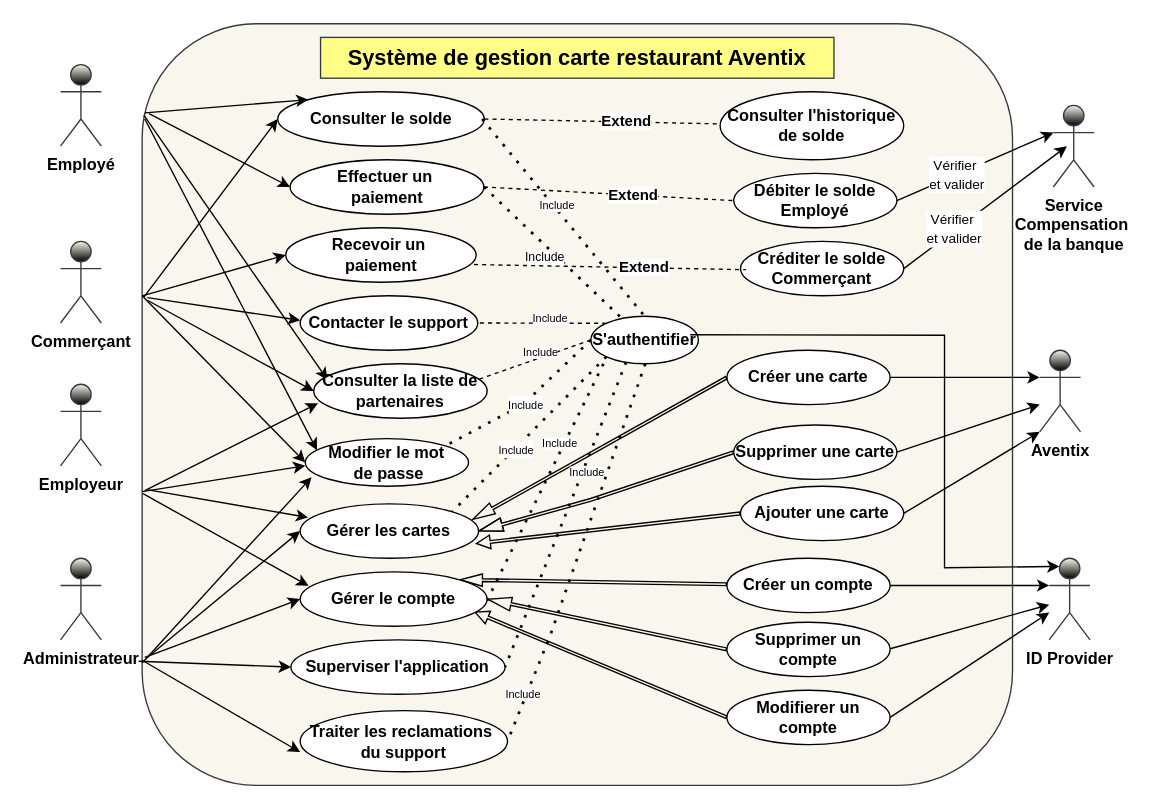
msisitr/aventix-design keeps this draw.io diagram as Diagramme_de_cas_d_utilisation.drawio. Above is the earlier version. Source tidied: cells renumbered, new cells numbered last; positions are measured from the earlier drawing's top-left corner, leaving out a move shared by most shapes. Both pictures are drawn from the tidied source at 136%, with x=0, y=0 at pixel (60, 23).
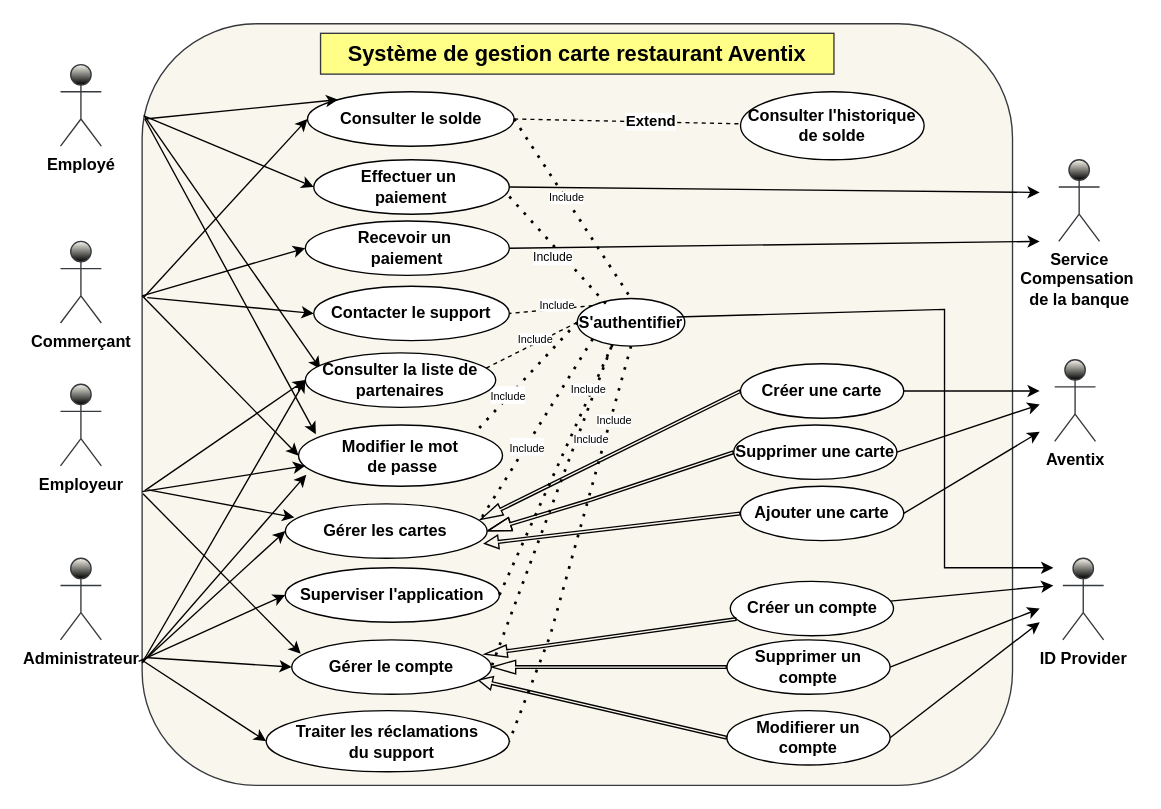
After the change.

Commit message (it also covers changes not shown here):
Mettre à jour Diagramme_de_cas_d_utilisation.drawio

The change refers to these unchanged cells:
```xml
<mxCell id="2" style="rounded=1;whiteSpace=wrap;html=1;fillColor=#f9f7ed;strokeColor=#36393d;fontStyle=1;" parent="1" vertex="1">
  <mxGeometry x="60" width="640" height="560" as="geometry" />
</mxCell>
<mxCell id="85" style="endArrow=none;dashed=1;html=1;dashPattern=1 3;strokeWidth=2;rounded=0;entryX=1;entryY=0.5;entryDx=0;entryDy=0;fontStyle=1;exitX=0.327;exitY=0.966;exitDx=0;exitDy=0;exitPerimeter=0;" parent="1" edge="1" source="6" target="46">
  <mxGeometry relative="1" as="geometry" />
</mxCell>
```

What changed in the source:
```diff
@@
     <mxCell id="5" value="&lt;div&gt;&lt;span&gt;Effectuer un&amp;nbsp;&lt;/span&gt;&lt;/div&gt;&lt;div&gt;&lt;span&gt;paiement &lt;/span&gt;&lt;/div&gt;" style="ellipse;whiteSpace=wrap;html=1;fontStyle=1;" parent="1" vertex="1">
-      <mxGeometry x="168.8" y="100" width="142.5" height="40" as="geometry" />
+      <mxGeometry x="186.2" y="100" width="143.8" height="40" as="geometry" />
     </mxCell>
     <mxCell id="6" value="S'authentifier" style="ellipse;whiteSpace=wrap;html=1;fontStyle=1;" parent="1" vertex="1">
-      <mxGeometry x="390" y="215" width="79" height="35" as="geometry" />
+      <mxGeometry x="380" y="202" width="79" height="35" as="geometry" />
     </mxCell>
@@
     <mxCell id="9" value="&lt;span&gt;Consulter le solde&lt;/span&gt;" style="ellipse;whiteSpace=wrap;html=1;fontStyle=1;" parent="1" vertex="1">
-      <mxGeometry x="159.7" y="50" width="151.9" height="40" as="geometry" />
+      <mxGeometry x="181.6" y="50" width="151.9" height="40" as="geometry" />
     </mxCell>
-    <mxCell id="10" style="endArrow=none;dashed=1;html=1;dashPattern=1 3;strokeWidth=2;rounded=0;exitX=1;exitY=0.5;exitDx=0;exitDy=0;fontStyle=1;" parent="1" edge="1" source="5" target="6">
-      <mxGeometry relative="1" as="geometry" />
+    <mxCell id="10" style="endArrow=none;dashed=1;html=1;dashPattern=1 3;strokeWidth=2;rounded=0;exitX=1;exitY=0.5;exitDx=0;exitDy=0;fontStyle=1;" parent="1" edge="1">
+      <mxGeometry relative="1" as="geometry">
+        <mxPoint x="330" y="127" as="sourcePoint" />
+        <mxPoint x="404.9" y="210.2" as="targetPoint" />
+      </mxGeometry>
     </mxCell>
@@
-    <mxCell id="12" style="endArrow=none;dashed=1;html=1;dashPattern=1 3;strokeWidth=2;rounded=0;entryX=0.5;entryY=0;entryDx=0;entryDy=0;fontStyle=1;fontColor=#FFFF99;labelBorderColor=light-dark(#00ffff, #ededed);" parent="1" edge="1" target="6">
-      <mxGeometry relative="1" as="geometry">
-        <mxPoint x="310" y="70" as="sourcePoint" />
-      </mxGeometry>
+    <mxCell id="12" style="endArrow=none;dashed=1;html=1;dashPattern=1 3;strokeWidth=2;rounded=0;entryX=0.5;entryY=0;entryDx=0;entryDy=0;fontStyle=1;fontColor=#FFFF99;labelBorderColor=light-dark(#00ffff, #ededed);exitX=1;exitY=0.5;exitDx=0;exitDy=0;" parent="1" edge="1" source="9" target="6">
+      <mxGeometry relative="1" as="geometry" />
     </mxCell>
@@
-    <mxCell id="14" style="endArrow=none;dashed=1;html=1;dashPattern=1 3;strokeWidth=2;rounded=0;exitX=0;exitY=1;exitDx=0;exitDy=0;entryX=1;entryY=0;entryDx=0;entryDy=0;fontStyle=1;" parent="1" edge="1" source="6" target="77">
+    <mxCell id="14" style="endArrow=none;dashed=1;html=1;dashPattern=1 3;strokeWidth=2;rounded=0;exitX=0;exitY=1;exitDx=0;exitDy=0;entryX=0.965;entryY=0.3;entryDx=0;entryDy=0;fontStyle=1;entryPerimeter=0;" parent="1" edge="1" source="6" target="77">
       <mxGeometry relative="1" as="geometry" />
     </mxCell>
@@
     <mxCell id="16" value="&lt;div&gt;Service&lt;/div&gt;&lt;div&gt;Compensation&amp;nbsp;&lt;/div&gt;&lt;div&gt;de la banque&lt;/div&gt;" style="shape=umlActor;verticalLabelPosition=bottom;verticalAlign=top;html=1;outlineConnect=0;fillColor=#F9F7ED;strokeColor=#36393d;fontStyle=1;strokeWidth=1;gradientColor=default;" parent="1" vertex="1">
-      <mxGeometry x="730" y="60" width="30" height="60" as="geometry" />
+      <mxGeometry x="734" y="100" width="30" height="60" as="geometry" />
     </mxCell>
@@
     <mxCell id="19" value="Consulter l'historique de solde" style="ellipse;whiteSpace=wrap;html=1;fontStyle=1;" parent="1" vertex="1">
-      <mxGeometry x="485" y="50" width="135" height="50" as="geometry" />
+      <mxGeometry x="500" y="50" width="135" height="50" as="geometry" />
     </mxCell>
     <mxCell id="20" value="Créer une carte " style="ellipse;whiteSpace=wrap;html=1;fontStyle=1;" parent="1" vertex="1">
-      <mxGeometry x="490" y="240" width="120" height="40" as="geometry" />
+      <mxGeometry x="500" y="250" width="120" height="40" as="geometry" />
     </mxCell>
@@
     <mxCell id="26" value="Créer un compte" style="ellipse;whiteSpace=wrap;html=1;fontStyle=1;" parent="1" vertex="1">
-      <mxGeometry x="490" y="393" width="120" height="40" as="geometry" />
+      <mxGeometry x="492.5" y="410" width="120" height="40" as="geometry" />
     </mxCell>
-    <mxCell id="27" style="shape=flexArrow;endArrow=classic;html=1;rounded=0;width=2;endSize=5.14;endWidth=6;fontStyle=1;entryX=1;entryY=0;entryDx=0;entryDy=0;" parent="1" edge="1" source="26" target="81">
+    <mxCell id="27" style="shape=flexArrow;endArrow=classic;html=1;rounded=0;width=2;endSize=5.14;endWidth=6;fontStyle=1;entryX=0.964;entryY=0.265;entryDx=0;entryDy=0;entryPerimeter=0;" parent="1" edge="1" source="26" target="81">
       <mxGeometry relative="1" as="geometry" />
     </mxCell>
     <mxCell id="28" value="Supprimer un compte" style="ellipse;whiteSpace=wrap;html=1;fontStyle=1;" parent="1" vertex="1">
-      <mxGeometry x="490" y="440" width="120" height="40" as="geometry" />
+      <mxGeometry x="490" y="453" width="120" height="40" as="geometry" />
     </mxCell>
     <mxCell id="29" value="Modifierer un compte" style="ellipse;whiteSpace=wrap;html=1;fontStyle=1;" parent="1" vertex="1">
-      <mxGeometry x="490" y="490" width="120" height="40" as="geometry" />
+      <mxGeometry x="490" y="505" width="120" height="40" as="geometry" />
     </mxCell>
@@
-    <mxCell id="32" value="Créditer le solde Commerçant" style="ellipse;whiteSpace=wrap;html=1;fontStyle=1;" parent="1" vertex="1">
-      <mxGeometry x="500" y="160" width="120" height="40" as="geometry" />
-    </mxCell>
-    <mxCell id="33" value="Débiter le solde Employé" style="ellipse;whiteSpace=wrap;html=1;fontStyle=1;" parent="1" vertex="1">
-      <mxGeometry x="495" y="110" width="120" height="40" as="geometry" />
-    </mxCell>
@@
-    <mxCell id="36" style="endArrow=classic;html=1;rounded=0;entryX=0;entryY=0;entryDx=0;entryDy=0;exitX=0.003;exitY=0.117;exitDx=0;exitDy=0;exitPerimeter=0;fontStyle=1;" parent="1" edge="1" source="2" target="9">
-      <mxGeometry relative="1" as="geometry" />
+    <mxCell id="36" style="endArrow=classic;html=1;rounded=0;entryX=0;entryY=0;entryDx=0;entryDy=0;fontStyle=1;" parent="1" edge="1" target="9">
+      <mxGeometry relative="1" as="geometry">
+        <mxPoint x="62" y="70" as="sourcePoint" />
+      </mxGeometry>
     </mxCell>
     <mxCell id="37" value="&lt;div&gt;Modifier le mot&lt;/div&gt;&lt;div&gt;&amp;nbsp;de passe&lt;/div&gt;" style="ellipse;whiteSpace=wrap;html=1;fontStyle=1;" parent="1" vertex="1">
-      <mxGeometry x="180" y="305" width="120" height="35" as="geometry" />
+      <mxGeometry x="175" y="295" width="150" height="45" as="geometry" />
     </mxCell>
-    <mxCell id="38" style="endArrow=classic;html=1;rounded=0;exitX=0.008;exitY=0.118;exitDx=0;exitDy=0;exitPerimeter=0;entryX=0;entryY=0.5;entryDx=0;entryDy=0;fontStyle=1;" parent="1" edge="1" source="2" target="5">
-      <mxGeometry relative="1" as="geometry" />
+    <mxCell id="38" style="endArrow=classic;html=1;rounded=0;exitX=0.008;exitY=0.118;exitDx=0;exitDy=0;exitPerimeter=0;entryX=0;entryY=0.5;entryDx=0;entryDy=0;fontStyle=1;" parent="1" edge="1" target="5">
+      <mxGeometry relative="1" as="geometry">
+        <mxPoint x="62.1" y="68.1" as="sourcePoint" />
+      </mxGeometry>
     </mxCell>
@@
     <mxCell id="40" value="&lt;div&gt;&lt;span&gt;&lt;font&gt;Système de gestion carte restaurant Aventix&lt;/font&gt;&lt;/span&gt;&lt;/div&gt;" style="text;html=1;align=center;verticalAlign=middle;whiteSpace=wrap;rounded=0;fillColor=#ffff88;strokeWidth=1;perimeterSpacing=10;strokeColor=#36393d;fontStyle=1;fontSize=16;" parent="1" vertex="1">
-      <mxGeometry x="191.2" y="10" width="377.5" height="30" as="geometry" />
+      <mxGeometry x="191.2" y="7" width="377.5" height="30" as="geometry" />
     </mxCell>
     <mxCell id="41" style="endArrow=none;dashed=1;html=1;dashPattern=1 3;strokeWidth=2;rounded=0;exitX=0;exitY=0.5;exitDx=0;exitDy=0;entryX=1;entryY=0;entryDx=0;entryDy=0;fontStyle=1;" parent="1" edge="1" source="6" target="37">
-      <mxGeometry relative="1" as="geometry">
-        <Array as="points">
-          <mxPoint x="340" y="280" />
-        </Array>
-      </mxGeometry>
+      <mxGeometry relative="1" as="geometry" />
     </mxCell>
     <mxCell id="42" value="&lt;font style=&quot;font-size: 8px;&quot;&gt;Include&lt;/font&gt;" style="edgeLabel;html=1;align=center;verticalAlign=middle;" parent="41" vertex="1">
       <mxGeometry relative="1" as="geometry">
-        <mxPoint y="1" as="offset" />
+        <mxPoint x="-13" y="12" as="offset" />
       </mxGeometry>
     </mxCell>
@@
     <mxCell id="45" value="Contacter le support " style="ellipse;whiteSpace=wrap;html=1;fontStyle=1;" parent="1" vertex="1">
-      <mxGeometry x="176.2" y="200" width="130.6" height="40" as="geometry" />
+      <mxGeometry x="186.2" y="193" width="143.8" height="40" as="geometry" />
     </mxCell>
     <mxCell id="46" value="Superviser l'application " style="ellipse;whiteSpace=wrap;html=1;fontStyle=1;" parent="1" vertex="1">
-      <mxGeometry x="169.4" y="453" width="157.5" height="40" as="geometry" />
+      <mxGeometry x="165.2" y="400" width="157.5" height="40" as="geometry" />
     </mxCell>
@@
-    <mxCell id="49" style="endArrow=none;dashed=1;html=1;dashPattern=1 3;strokeWidth=2;rounded=0;entryX=1;entryY=0.5;entryDx=0;entryDy=0;fontStyle=1;" parent="1" edge="1" target="52">
+    <mxCell id="49" style="endArrow=none;dashed=1;html=1;dashPattern=1 3;strokeWidth=2;rounded=0;entryX=1;entryY=0.5;entryDx=0;entryDy=0;fontStyle=1;exitX=0.5;exitY=1;exitDx=0;exitDy=0;" parent="1" edge="1" source="6" target="52">
       <mxGeometry relative="1" as="geometry">
-        <mxPoint x="430" y="250" as="sourcePoint" />
         <Array as="points">
           <mxPoint x="360" y="450" />
         </Array>
       </mxGeometry>
     </mxCell>
     <mxCell id="50" value="Include" style="edgeLabel;html=1;align=center;verticalAlign=middle;fontSize=8;" parent="49" vertex="1">
       <mxGeometry x="-0.03" y="2" relative="1" as="geometry">
-        <mxPoint x="-45" y="107" as="offset" />
+        <mxPoint x="25" y="-89" as="offset" />
       </mxGeometry>
     </mxCell>
-    <mxCell id="51" style="endArrow=classic;html=1;rounded=0;exitX=0.006;exitY=0.363;exitDx=0;exitDy=0;exitPerimeter=0;entryX=0;entryY=0.5;entryDx=0;entryDy=0;fontStyle=1;" parent="1" edge="1">
+    <mxCell id="51" style="endArrow=classic;html=1;rounded=0;exitX=0.006;exitY=0.363;exitDx=0;exitDy=0;exitPerimeter=0;entryX=0;entryY=0.5;entryDx=0;entryDy=0;fontStyle=1;" parent="1" edge="1" target="45">
       <mxGeometry relative="1" as="geometry">
         <mxPoint x="63.8" y="201.3" as="sourcePoint" />
-        <mxPoint x="176.2" y="218" as="targetPoint" />
       </mxGeometry>
     </mxCell>
-    <mxCell id="52" value="Traiter les reclamations&amp;nbsp; du support" style="ellipse;whiteSpace=wrap;html=1;fontStyle=1;" parent="1" vertex="1">
-      <mxGeometry x="176.2" y="505" width="152.5" height="45" as="geometry" />
+    <mxCell id="52" value="&lt;div&gt;Traiter les réclamations&lt;/div&gt;&lt;div&gt;&amp;nbsp; du support&lt;/div&gt;" style="ellipse;whiteSpace=wrap;html=1;fontStyle=1;" parent="1" vertex="1">
+      <mxGeometry x="151.2" y="505" width="178.8" height="45" as="geometry" />
     </mxCell>
-    <mxCell id="53" style="endArrow=classic;html=1;rounded=0;entryX=0;entryY=0.5;entryDx=0;entryDy=0;fontStyle=1;" parent="1" edge="1">
+    <mxCell id="53" style="endArrow=classic;html=1;rounded=0;entryX=0;entryY=0.5;entryDx=0;entryDy=0;fontStyle=1;" parent="1" edge="1" target="52">
       <mxGeometry relative="1" as="geometry">
         <mxPoint x="60" y="468" as="sourcePoint" />
-        <mxPoint x="176.2" y="535.5" as="targetPoint" />
       </mxGeometry>
     </mxCell>
@@
-    <mxCell id="55" style="endArrow=classic;html=1;rounded=0;exitX=0.006;exitY=0.363;exitDx=0;exitDy=0;exitPerimeter=0;entryX=0;entryY=0.5;entryDx=0;entryDy=0;fontStyle=1;" parent="1" edge="1" source="2" target="78">
-      <mxGeometry relative="1" as="geometry" />
+    <mxCell id="55" style="endArrow=classic;html=1;rounded=0;entryX=0;entryY=0.5;entryDx=0;entryDy=0;fontStyle=1;" parent="1" edge="1" target="78">
+      <mxGeometry relative="1" as="geometry">
+        <mxPoint x="60" y="470" as="sourcePoint" />
+      </mxGeometry>
     </mxCell>
-    <mxCell id="56" style="endArrow=classic;html=1;rounded=0;exitX=0.003;exitY=0.613;exitDx=0;exitDy=0;exitPerimeter=0;entryX=0.025;entryY=0.725;entryDx=0;entryDy=0;fontStyle=1;entryPerimeter=0;" parent="1" edge="1" source="2" target="78">
+    <mxCell id="56" style="endArrow=classic;html=1;rounded=0;exitX=0.003;exitY=0.613;exitDx=0;exitDy=0;exitPerimeter=0;entryX=0;entryY=0.5;entryDx=0;entryDy=0;fontStyle=1;" parent="1" edge="1" source="2" target="78">
       <mxGeometry relative="1" as="geometry" />
     </mxCell>
     <mxCell id="57" value="ID Provider" style="shape=umlActor;verticalLabelPosition=bottom;verticalAlign=top;html=1;outlineConnect=0;fillColor=#F9F7ED;strokeColor=#36393d;fontStyle=1;strokeWidth=1;gradientColor=default;" parent="1" vertex="1">
-      <mxGeometry x="727" y="393" width="30" height="60" as="geometry" />
+      <mxGeometry x="737" y="393" width="30" height="60" as="geometry" />
     </mxCell>
-    <mxCell id="58" style="endArrow=classic;html=1;rounded=0;entryX=0;entryY=0.3333333333333333;entryDx=0;entryDy=0;fontStyle=1;entryPerimeter=0;exitX=1;exitY=0.5;exitDx=0;exitDy=0;" parent="1" edge="1" source="33" target="16">
-      <mxGeometry relative="1" as="geometry" />
+    <mxCell id="58" style="endArrow=classic;html=1;rounded=0;fontStyle=1;" parent="1" edge="1">
+      <mxGeometry relative="1" as="geometry">
+        <mxPoint x="330" y="120" as="sourcePoint" />
+        <mxPoint x="720" y="124" as="targetPoint" />
+      </mxGeometry>
     </mxCell>
-    <mxCell id="59" value="&lt;div&gt;&lt;font style=&quot;font-size: 10px;&quot;&gt;Vérifier&amp;nbsp;&lt;/font&gt;&lt;/div&gt;&lt;div&gt;&lt;font style=&quot;font-size: 10px;&quot;&gt;et valider&lt;/font&gt;&lt;/div&gt;" style="edgeLabel;html=1;align=center;verticalAlign=middle;" parent="58" vertex="1">
-      <mxGeometry x="-0.12" y="-3" relative="1" as="geometry">
-        <mxPoint x="-8" as="offset" />
-      </mxGeometry>
-    </mxCell>
-    <mxCell id="60" style="endArrow=classic;html=1;rounded=0;entryX=0;entryY=0.3333333333333333;entryDx=0;entryDy=0;fontStyle=1;entryPerimeter=0;exitX=1;exitY=0.5;exitDx=0;exitDy=0;" parent="1" edge="1" source="32">
+    <mxCell id="60" style="endArrow=classic;html=1;rounded=0;fontStyle=1;exitX=1;exitY=0.5;exitDx=0;exitDy=0;" parent="1" edge="1" source="82">
       <mxGeometry relative="1" as="geometry">
-        <mxPoint x="740" y="90" as="targetPoint" />
+        <mxPoint x="720" y="160" as="targetPoint" />
       </mxGeometry>
     </mxCell>
-    <mxCell id="61" value="&lt;div&gt;&lt;font style=&quot;font-size: 10px;&quot;&gt;Vérifier&amp;nbsp;&lt;/font&gt;&lt;/div&gt;&lt;div&gt;&lt;font style=&quot;font-size: 10px;&quot;&gt;et valider&lt;/font&gt;&lt;/div&gt;" style="edgeLabel;html=1;align=center;verticalAlign=middle;" parent="60" vertex="1">
-      <mxGeometry x="-0.37" y="2" relative="1" as="geometry" />
-    </mxCell>
     <mxCell id="62" value="Aventix" style="shape=umlActor;verticalLabelPosition=bottom;verticalAlign=top;html=1;outlineConnect=0;fillColor=#F9F7ED;strokeColor=#36393d;fontStyle=1;strokeWidth=1;gradientColor=default;" parent="1" vertex="1">
-      <mxGeometry x="720" y="240" width="30" height="60" as="geometry" />
+      <mxGeometry x="731" y="247" width="30" height="60" as="geometry" />
     </mxCell>
-    <mxCell id="63" style="endArrow=classic;html=1;rounded=0;entryX=0;entryY=0.3333333333333333;entryDx=0;entryDy=0;fontStyle=1;entryPerimeter=0;exitX=1;exitY=0.5;exitDx=0;exitDy=0;" parent="1" edge="1" source="20" target="62">
-      <mxGeometry relative="1" as="geometry" />
+    <mxCell id="63" style="endArrow=classic;html=1;rounded=0;fontStyle=1;exitX=1;exitY=0.5;exitDx=0;exitDy=0;" parent="1" edge="1" source="20">
+      <mxGeometry relative="1" as="geometry">
+        <mxPoint x="720" y="270" as="targetPoint" />
+      </mxGeometry>
     </mxCell>
@@
-    <mxCell id="66" style="endArrow=none;dashed=1;html=1;rounded=0;exitX=1;exitY=0.5;exitDx=0;exitDy=0;fontStyle=1;entryX=0;entryY=0.5;entryDx=0;entryDy=0;" parent="1" edge="1" source="5" target="33">
-      <mxGeometry relative="1" as="geometry" />
-    </mxCell>
-    <mxCell id="67" value="Extend" style="edgeLabel;html=1;align=center;verticalAlign=middle;fontStyle=1;" parent="66" vertex="1">
-      <mxGeometry relative="1" as="geometry">
-        <mxPoint x="17" as="offset" />
-      </mxGeometry>
-    </mxCell>
-    <mxCell id="68" style="endArrow=none;dashed=1;html=1;rounded=0;exitX=1;exitY=0.5;exitDx=0;exitDy=0;fontStyle=1;" parent="1" edge="1">
-      <mxGeometry relative="1" as="geometry">
-        <mxPoint x="304" y="177" as="sourcePoint" />
-        <mxPoint x="504.1" y="180.8" as="targetPoint" />
-      </mxGeometry>
-    </mxCell>
-    <mxCell id="69" value="Extend" style="edgeLabel;html=1;align=center;verticalAlign=middle;fontStyle=1;" parent="68" vertex="1">
-      <mxGeometry relative="1" as="geometry">
-        <mxPoint x="25" as="offset" />
-      </mxGeometry>
-    </mxCell>
@@
-    <mxCell id="73" style="endArrow=classic;html=1;rounded=0;entryX=0;entryY=0.3333333333333333;entryDx=0;entryDy=0;fontStyle=1;entryPerimeter=0;" parent="1" edge="1" source="26" target="57">
-      <mxGeometry relative="1" as="geometry" />
+    <mxCell id="73" style="endArrow=classic;html=1;rounded=0;fontStyle=1;" parent="1" edge="1" source="26">
+      <mxGeometry relative="1" as="geometry">
+        <mxPoint x="730" y="413" as="targetPoint" />
+      </mxGeometry>
     </mxCell>
-    <mxCell id="74" style="endArrow=classic;html=1;rounded=0;fontStyle=1;exitX=1;exitY=0.5;exitDx=0;exitDy=0;" parent="1" edge="1" target="57">
+    <mxCell id="74" style="endArrow=classic;html=1;rounded=0;fontStyle=1;exitX=1;exitY=0.5;exitDx=0;exitDy=0;" parent="1" edge="1" source="28">
       <mxGeometry relative="1" as="geometry">
-        <mxPoint x="610" y="459.5" as="sourcePoint" />
+        <mxPoint x="720" y="430" as="targetPoint" />
       </mxGeometry>
     </mxCell>
-    <mxCell id="75" style="endArrow=classic;html=1;rounded=0;fontStyle=1;exitX=1;exitY=0.5;exitDx=0;exitDy=0;" parent="1" edge="1" source="29" target="57">
-      <mxGeometry relative="1" as="geometry" />
+    <mxCell id="75" style="endArrow=classic;html=1;rounded=0;fontStyle=1;exitX=1;exitY=0.5;exitDx=0;exitDy=0;" parent="1" edge="1" source="29">
+      <mxGeometry relative="1" as="geometry">
+        <mxPoint x="720" y="440" as="targetPoint" />
+      </mxGeometry>
     </mxCell>
@@
     <mxCell id="77" value="&lt;span&gt;Gérer les cartes&lt;/span&gt;" style="ellipse;whiteSpace=wrap;html=1;fontStyle=1;" parent="1" vertex="1">
-      <mxGeometry x="176.2" y="353" width="131.2" height="40" as="geometry" />
+      <mxGeometry x="165.3" y="353" width="148.4" height="40" as="geometry" />
     </mxCell>
     <mxCell id="78" value="Consulter la liste de partenaires" style="ellipse;whiteSpace=wrap;html=1;fontStyle=1;" parent="1" vertex="1">
-      <mxGeometry x="186.2" y="250" width="127.5" height="40" as="geometry" />
+      <mxGeometry x="180" y="242" width="140" height="40" as="geometry" />
     </mxCell>
-    <mxCell id="79" style="endArrow=none;dashed=1;html=1;dashPattern=1 3;strokeWidth=2;rounded=0;entryX=1;entryY=0.5;entryDx=0;entryDy=0;fontStyle=1;exitX=0;exitY=1;exitDx=0;exitDy=0;" parent="1" edge="1">
-      <mxGeometry relative="1" as="geometry">
-        <mxPoint x="399.2" y="250" as="sourcePoint" />
-        <mxPoint x="311.6" y="428.2" as="targetPoint" />
-      </mxGeometry>
+    <mxCell id="79" style="endArrow=none;dashed=1;html=1;dashPattern=1 3;strokeWidth=2;rounded=0;entryX=1;entryY=0.5;entryDx=0;entryDy=0;fontStyle=1;exitX=0.316;exitY=1.017;exitDx=0;exitDy=0;exitPerimeter=0;" parent="1" edge="1" source="6" target="81">
+      <mxGeometry relative="1" as="geometry" />
     </mxCell>
     <mxCell id="80" value="Include" style="edgeLabel;html=1;align=center;verticalAlign=middle;fontStyle=0;fontSize=8;" parent="79" vertex="1">
       <mxGeometry x="-0.01" y="6" relative="1" as="geometry">
-        <mxPoint x="5" y="-32" as="offset" />
+        <mxPoint x="22" y="-50" as="offset" />
       </mxGeometry>
     </mxCell>
     <mxCell id="81" value="&lt;span&gt;Gérer le compte&lt;/span&gt;" style="ellipse;whiteSpace=wrap;html=1;fontStyle=1;" parent="1" vertex="1">
-      <mxGeometry x="176.2" y="403" width="137.5" height="40" as="geometry" />
+      <mxGeometry x="170" y="453" width="146.8" height="40" as="geometry" />
     </mxCell>
     <mxCell id="82" value="&lt;div&gt;&lt;span&gt;Recevoir un&amp;nbsp;&lt;/span&gt;&lt;/div&gt;&lt;div&gt;&lt;span&gt;paiement &lt;/span&gt;&lt;/div&gt;" style="ellipse;whiteSpace=wrap;html=1;fontStyle=1;" parent="1" vertex="1">
-      <mxGeometry x="165.6" y="150" width="140" height="40" as="geometry" />
+      <mxGeometry x="180" y="145" width="150" height="40" as="geometry" />
     </mxCell>
@@
-    <mxCell id="84" style="endArrow=classic;html=1;rounded=0;exitX=0.924;exitY=0.389;exitDx=0;exitDy=0;exitPerimeter=0;entryX=0.25;entryY=0.1;entryDx=0;entryDy=0;entryPerimeter=0;" parent="1" edge="1" source="6" target="57">
+    <mxCell id="84" style="endArrow=classic;html=1;rounded=0;exitX=0.924;exitY=0.389;exitDx=0;exitDy=0;exitPerimeter=0;" parent="1" edge="1" source="6">
       <mxGeometry relative="1" as="geometry">
+        <mxPoint x="730" y="400" as="targetPoint" />
         <Array as="points">
-          <mxPoint x="650" y="229" />
+          <mxPoint x="650" y="210" />
           <mxPoint x="650" y="400" />
         </Array>
       </mxGeometry>
     </mxCell>
@@
     <mxCell id="86" value="Include" style="edgeLabel;html=1;align=center;verticalAlign=middle;fontStyle=0;fontSize=8;" parent="85" vertex="1">
       <mxGeometry x="-0.01" y="6" relative="1" as="geometry">
-        <mxPoint x="9" y="-32" as="offset" />
+        <mxPoint x="17" y="-61" as="offset" />
       </mxGeometry>
     </mxCell>
-    <mxCell id="87" style="endArrow=classic;html=1;rounded=0;entryX=0.055;entryY=0.246;entryDx=0;entryDy=0;fontStyle=1;entryPerimeter=0;" parent="1" edge="1">
+    <mxCell id="87" style="endArrow=classic;html=1;rounded=0;entryX=0.085;entryY=0.151;entryDx=0;entryDy=0;fontStyle=1;entryPerimeter=0;" parent="1" edge="1" target="37">
       <mxGeometry relative="1" as="geometry">
         <mxPoint x="62" y="70" as="sourcePoint" />
-        <mxPoint x="188.6" y="313.6" as="targetPoint" />
       </mxGeometry>
     </mxCell>
```
